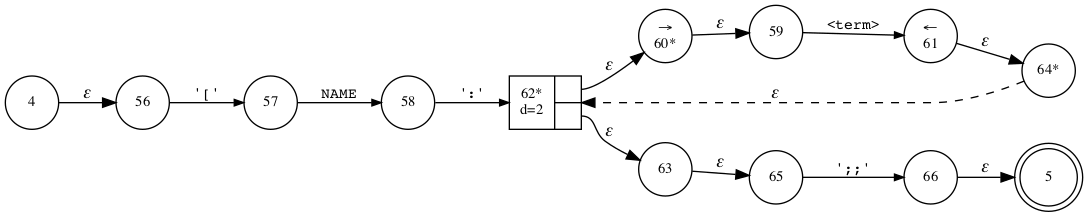
The Graphviz diagram Documentation/BNF/Bund.ns.dot.png in vulogov/Bund2, before a commit. Its source is kept beside it as internal/parser/Bund.ns.dot. Its diagram source:
```dot
digraph ATN {
rankdir=LR;
s5[fontsize=11, label="5", shape=doublecircle, fixedsize=true, width=.6];
s64[fontsize=11,label="64*", shape=circle, fixedsize=true, width=.55, peripheries=1];
s65[fontsize=11,label="65", shape=circle, fixedsize=true, width=.55, peripheries=1];
s66[fontsize=11,label="66", shape=circle, fixedsize=true, width=.55, peripheries=1];
s4[fontsize=11,label="4", shape=circle, fixedsize=true, width=.55, peripheries=1];
s56[fontsize=11,label="56", shape=circle, fixedsize=true, width=.55, peripheries=1];
s57[fontsize=11,label="57", shape=circle, fixedsize=true, width=.55, peripheries=1];
s58[fontsize=11,label="58", shape=circle, fixedsize=true, width=.55, peripheries=1];
s59[fontsize=11,label="59", shape=circle, fixedsize=true, width=.55, peripheries=1];
s60[fontsize=11,label="&rarr;\n60*", shape=circle, fixedsize=true, width=.55, peripheries=1];
s61[fontsize=11,label="&larr;\n61", shape=circle, fixedsize=true, width=.55, peripheries=1];
s62[fontsize=11,label="{62*\nd=2|{<p0>|<p1>}}", shape=record, fixedsize=false, peripheries=1];
s63[fontsize=11,label="63", shape=circle, fixedsize=true, width=.55, peripheries=1];
s4 -> s56 [fontname="Times-Italic", label="&epsilon;"];
s56 -> s57 [fontsize=11, fontname="Courier", arrowsize=.7, label = "'['", arrowhead = normal];
s57 -> s58 [fontsize=11, fontname="Courier", arrowsize=.7, label = "NAME", arrowhead = normal];
s58 -> s62 [fontsize=11, fontname="Courier", arrowsize=.7, label = "':'", arrowhead = normal];
s62:p0 -> s60 [fontname="Times-Italic", label="&epsilon;"];
s62:p1 -> s63 [fontname="Times-Italic", label="&epsilon;"];
s60 -> s59 [fontname="Times-Italic", label="&epsilon;"];
s63 -> s65 [fontname="Times-Italic", label="&epsilon;"];
s59 -> s61 [fontsize=11, fontname="Courier", arrowsize=.7, label = "<term>", arrowhead = normal];
s65 -> s66 [fontsize=11, fontname="Courier", arrowsize=.7, label = "';;'", arrowhead = normal];
s61 -> s64 [fontname="Times-Italic", label="&epsilon;"];
s66 -> s5 [fontname="Times-Italic", label="&epsilon;"];
s64 -> s62 [fontname="Times-Italic", label="&epsilon;", style="dashed"];
}
```
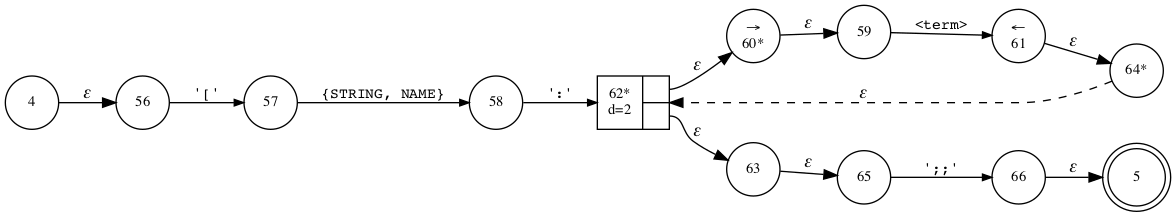
After the change.

The edit, as a diff of the source:
```diff
@@ -15,7 +15,7 @@
 s63[fontsize=11,label="63", shape=circle, fixedsize=true, width=.55, peripheries=1];
 s4 -> s56 [fontname="Times-Italic", label="&epsilon;"];
 s56 -> s57 [fontsize=11, fontname="Courier", arrowsize=.7, label = "'['", arrowhead = normal];
-s57 -> s58 [fontsize=11, fontname="Courier", arrowsize=.7, label = "NAME", arrowhead = normal];
+s57 -> s58 [fontsize=11, fontname="Courier", arrowsize=.7, label = "{STRING, NAME}", arrowhead = normal];
 s58 -> s62 [fontsize=11, fontname="Courier", arrowsize=.7, label = "':'", arrowhead = normal];
 s62:p0 -> s60 [fontname="Times-Italic", label="&epsilon;"];
 s62:p1 -> s63 [fontname="Times-Italic", label="&epsilon;"];
```
